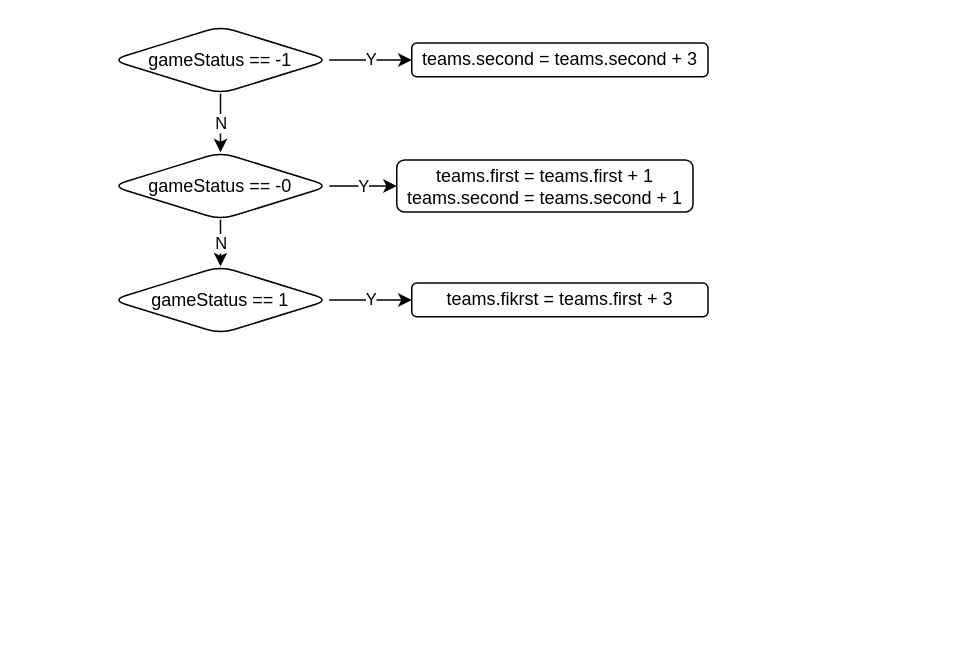
This is page "calcWins" (2 of 2) of c++/cccPractice/problems/senior/2013/design/s3.dio from andrew-canada/gomoku, a draw.io file, before an edit. Source tidied: cells renumbered, new cells numbered last; positions are measured from the earlier drawing's top-left corner, leaving out a move shared by most shapes. Both pictures are drawn from the tidied source at 150%, with x=0, y=0 at pixel (111, 26).
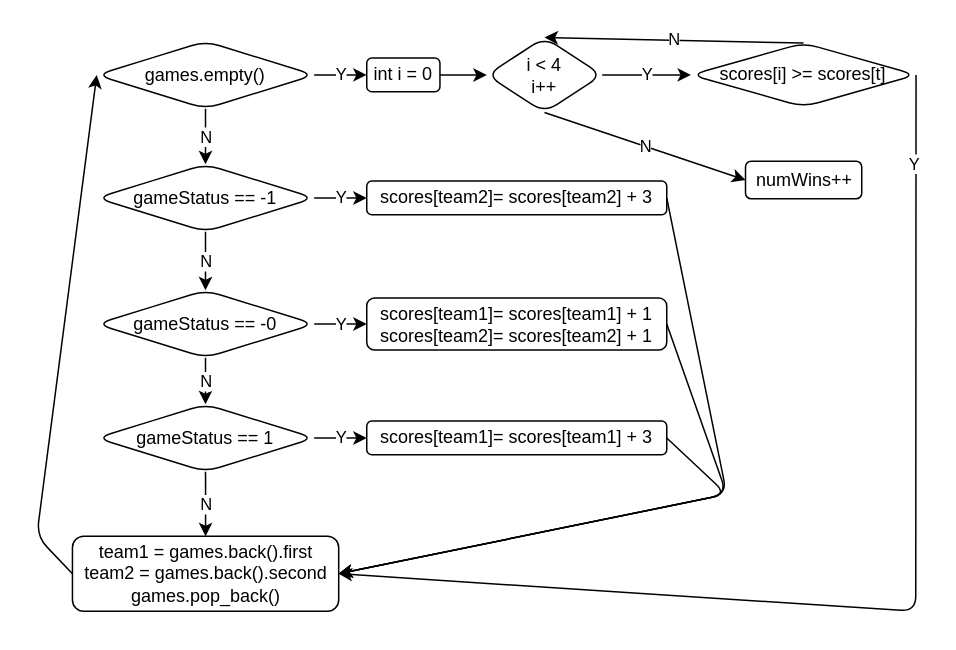
After the change.

The edit, as a diff of the source:
```diff
@@
     <mxCell id="4" value="gameStatus == -1" style="rhombus;whiteSpace=wrap;html=1;rounded=1;" parent="1" vertex="1">
-      <mxGeometry width="145" height="45" as="geometry" />
+      <mxGeometry x="-10" y="92" width="145" height="45" as="geometry" />
     </mxCell>
+    <mxCell id="13" style="edgeStyle=none;html=1;exitX=1;exitY=0.5;exitDx=0;exitDy=0;entryX=1;entryY=0.5;entryDx=0;entryDy=0;" parent="1" edge="1" source="5" target="18">
+      <mxGeometry relative="1" as="geometry">
+        <Array as="points">
+          <mxPoint x="410" y="312" />
+        </Array>
+      </mxGeometry>
+    </mxCell>
-    <mxCell id="5" value="teams.second = teams.second + 3" style="whiteSpace=wrap;html=1;rounded=1;" parent="1" vertex="1">
-      <mxGeometry x="200" y="11.2" width="197.5" height="22.5" as="geometry" />
+    <mxCell id="5" value="scores[team2]= scores[team2] + 3" style="whiteSpace=wrap;html=1;rounded=1;" parent="1" vertex="1">
+      <mxGeometry x="170" y="103.2" width="200" height="22.5" as="geometry" />
     </mxCell>
@@
     <mxCell id="8" value="gameStatus == -0" style="rhombus;whiteSpace=wrap;html=1;rounded=1;" parent="1" vertex="1">
-      <mxGeometry y="84" width="145" height="45" as="geometry" />
+      <mxGeometry x="-10" y="176" width="145" height="45" as="geometry" />
     </mxCell>
@@
+    <mxCell id="14" value="N" style="edgeStyle=none;html=1;entryX=0.5;entryY=0;entryDx=0;entryDy=0;" parent="1" edge="1" source="10" target="18">
+      <mxGeometry relative="1" as="geometry" />
+    </mxCell>
     <mxCell id="10" value="gameStatus == 1" style="rhombus;whiteSpace=wrap;html=1;rounded=1;" parent="1" vertex="1">
-      <mxGeometry y="160" width="145" height="45" as="geometry" />
+      <mxGeometry x="-10" y="252" width="145" height="45" as="geometry" />
     </mxCell>
+    <mxCell id="15" style="edgeStyle=none;html=1;exitX=1;exitY=0.5;exitDx=0;exitDy=0;entryX=1;entryY=0.5;entryDx=0;entryDy=0;" parent="1" edge="1" source="11" target="18">
+      <mxGeometry relative="1" as="geometry">
+        <Array as="points">
+          <mxPoint x="410" y="312" />
+        </Array>
+      </mxGeometry>
+    </mxCell>
-    <mxCell id="11" value="teams.first = teams.first + 1&lt;br&gt;teams.second = teams.second + 1" style="whiteSpace=wrap;html=1;rounded=1;" parent="1" vertex="1">
-      <mxGeometry x="190" y="89.1" width="197.5" height="34.8" as="geometry" />
+    <mxCell id="11" value="scores[team1]= scores[team1] + 1&lt;br&gt;scores[team2]= scores[team2] + 1" style="whiteSpace=wrap;html=1;rounded=1;" parent="1" vertex="1">
+      <mxGeometry x="170" y="181.1" width="200" height="34.8" as="geometry" />
     </mxCell>
+    <mxCell id="16" style="edgeStyle=none;html=1;exitX=1;exitY=0.5;exitDx=0;exitDy=0;entryX=1;entryY=0.5;entryDx=0;entryDy=0;" parent="1" edge="1" source="12" target="18">
+      <mxGeometry relative="1" as="geometry">
+        <Array as="points">
+          <mxPoint x="410" y="312" />
+        </Array>
+      </mxGeometry>
+    </mxCell>
-    <mxCell id="12" value="teams.fikrst = teams.first + 3" style="whiteSpace=wrap;html=1;rounded=1;" parent="1" vertex="1">
-      <mxGeometry x="200" y="171.2" width="197.5" height="22.5" as="geometry" />
+    <mxCell id="12" value="scores[team1]= scores[team1] + 3" style="whiteSpace=wrap;html=1;rounded=1;" parent="1" vertex="1">
+      <mxGeometry x="170" y="263.2" width="200" height="22.5" as="geometry" />
     </mxCell>
+    <mxCell id="17" style="edgeStyle=none;html=1;exitX=0;exitY=0.5;exitDx=0;exitDy=0;entryX=0;entryY=0.5;entryDx=0;entryDy=0;" parent="1" edge="1" source="18" target="21">
+      <mxGeometry relative="1" as="geometry">
+        <Array as="points">
+          <mxPoint x="-50" y="340" />
+        </Array>
+      </mxGeometry>
+    </mxCell>
+    <mxCell id="18" value="team1 = games.back().first&lt;br&gt;team2 = games.back().second&lt;br&gt;games.pop_back()" style="whiteSpace=wrap;html=1;rounded=1;" parent="1" vertex="1">
+      <mxGeometry x="-26.2" y="340" width="177.5" height="50" as="geometry" />
+    </mxCell>
+    <mxCell id="19" value="N" style="edgeStyle=none;html=1;" parent="1" edge="1" source="21" target="4">
+      <mxGeometry relative="1" as="geometry" />
+    </mxCell>
+    <mxCell id="20" value="Y" style="edgeStyle=none;html=1;" parent="1" edge="1" source="21" target="23">
+      <mxGeometry relative="1" as="geometry" />
+    </mxCell>
+    <mxCell id="21" value="games.empty()" style="rhombus;whiteSpace=wrap;html=1;rounded=1;" parent="1" vertex="1">
+      <mxGeometry x="-10" y="10" width="145" height="45" as="geometry" />
+    </mxCell>
+    <mxCell id="22" style="edgeStyle=none;html=1;" parent="1" edge="1" source="23" target="26">
+      <mxGeometry relative="1" as="geometry" />
+    </mxCell>
+    <mxCell id="23" value="int i = 0" style="whiteSpace=wrap;html=1;rounded=1;" parent="1" vertex="1">
+      <mxGeometry x="170" y="21.2" width="48.8" height="22.5" as="geometry" />
+    </mxCell>
+    <mxCell id="24" value="Y" style="edgeStyle=none;html=1;entryX=0;entryY=0.5;entryDx=0;entryDy=0;" parent="1" edge="1" source="26" target="30">
+      <mxGeometry relative="1" as="geometry" />
+    </mxCell>
+    <mxCell id="25" value="N" style="edgeStyle=none;html=1;exitX=0.5;exitY=1;exitDx=0;exitDy=0;entryX=0;entryY=0.5;entryDx=0;entryDy=0;" parent="1" edge="1" source="26" target="31">
+      <mxGeometry relative="1" as="geometry" />
+    </mxCell>
+    <mxCell id="26" value="i &amp;lt; 4&lt;br&gt;i++" style="rhombus;whiteSpace=wrap;html=1;rounded=1;" parent="1" vertex="1">
+      <mxGeometry x="250" y="7.5" width="77" height="50" as="geometry" />
+    </mxCell>
+    <mxCell id="27" value="N" style="edgeStyle=none;html=1;exitX=0.5;exitY=0;exitDx=0;exitDy=0;entryX=0.5;entryY=0;entryDx=0;entryDy=0;" parent="1" edge="1" source="30" target="26">
+      <mxGeometry relative="1" as="geometry" />
+    </mxCell>
+    <mxCell id="28" style="edgeStyle=none;html=1;exitX=1;exitY=0.5;exitDx=0;exitDy=0;entryX=1;entryY=0.5;entryDx=0;entryDy=0;" parent="1" edge="1" source="30" target="18">
+      <mxGeometry relative="1" as="geometry">
+        <Array as="points">
+          <mxPoint x="536" y="390" />
+        </Array>
+      </mxGeometry>
+    </mxCell>
+    <mxCell id="29" value="Y" style="edgeLabel;html=1;align=center;verticalAlign=middle;" parent="28" vertex="1">
+      <mxGeometry x="-0.84" y="-2" relative="1" as="geometry" />
+    </mxCell>
+    <mxCell id="30" value="scores[i] &amp;gt;= scores[t]" style="rhombus;whiteSpace=wrap;html=1;rounded=1;" parent="1" vertex="1">
+      <mxGeometry x="386.2" y="11.2" width="150" height="42.5" as="geometry" />
+    </mxCell>
+    <mxCell id="31" value="numWins++" style="whiteSpace=wrap;html=1;rounded=1;" parent="1" vertex="1">
+      <mxGeometry x="422.5" y="90" width="77.5" height="25" as="geometry" />
+    </mxCell>
```
